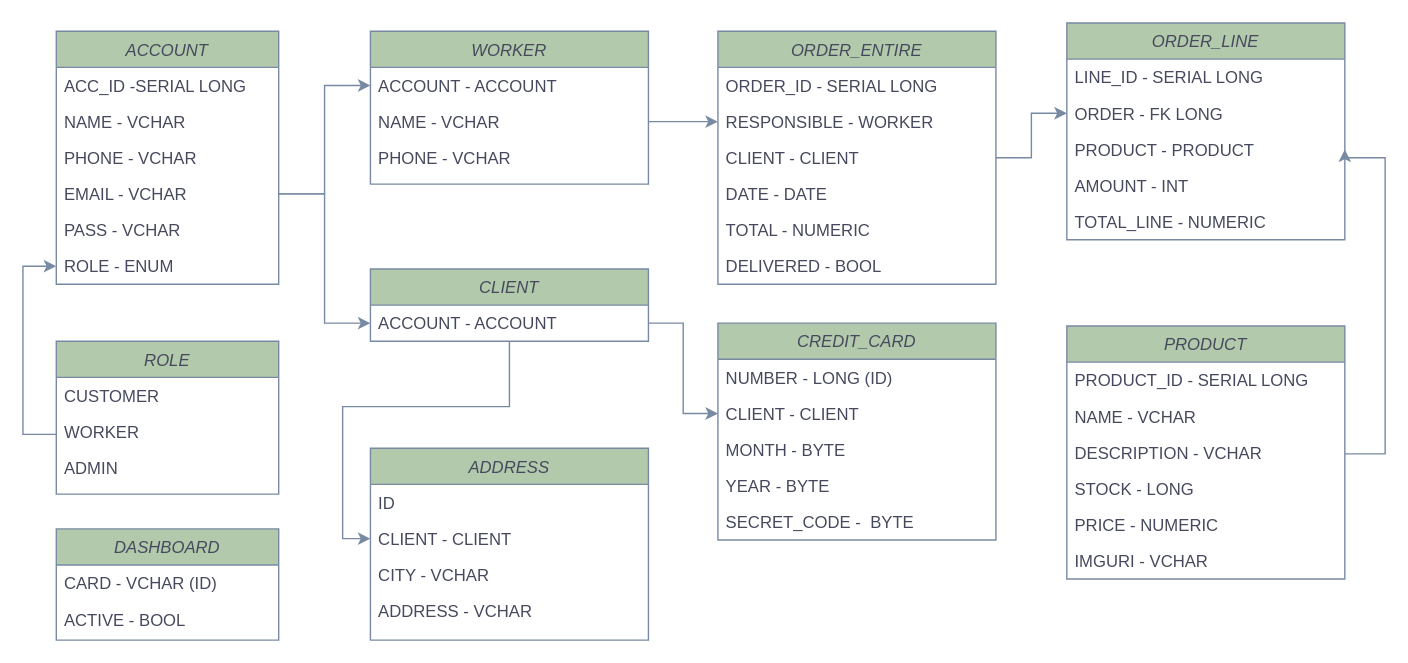
Above: class_dg.drawio in xaviqo/SpringFood_VueAndSpring (draw.io), before the change. Source tidied: cells renumbered, new cells numbered last; positions are measured from the earlier drawing's top-left corner, leaving out a move shared by most shapes. Both pictures are drawn from the tidied source at 139%, with x=0, y=0 at pixel (22, 22).
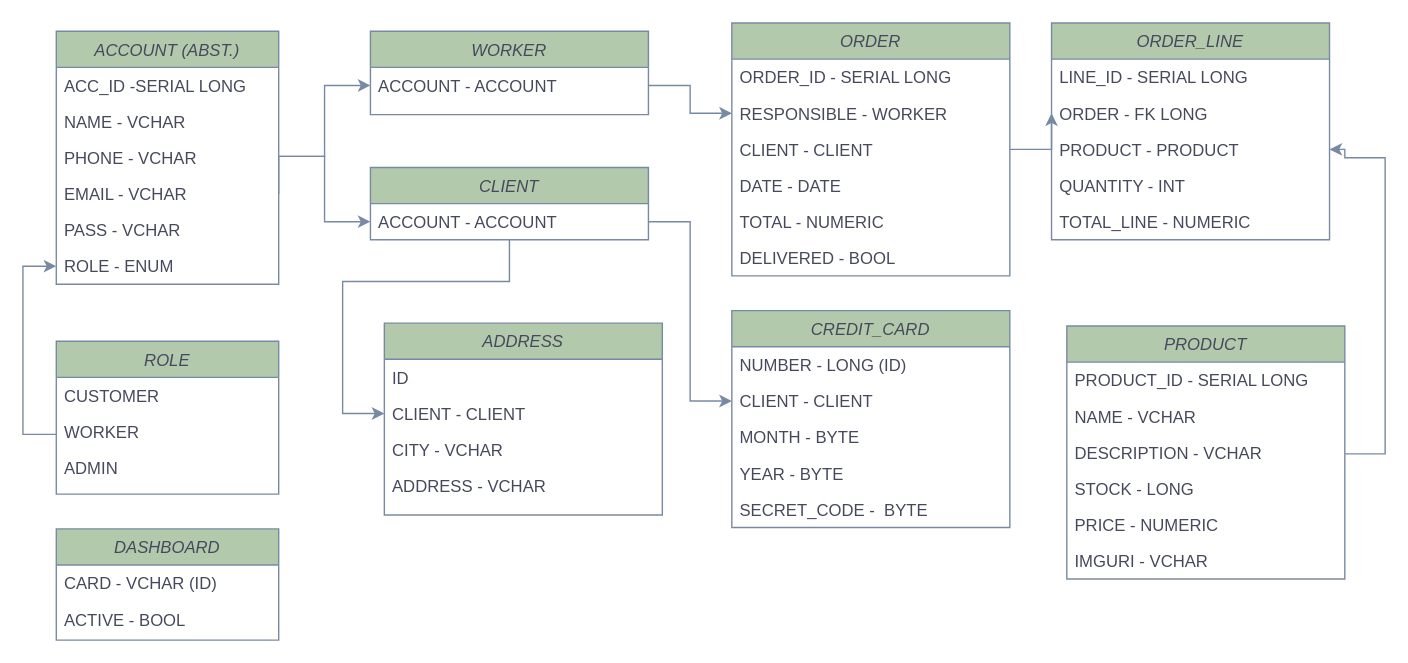
The same diagram, later.

The change refers to these unchanged cells:
```xml
<mxCell id="5" value="PHONE - VCHAR" style="text;align=left;verticalAlign=top;spacingLeft=4;spacingRight=4;overflow=hidden;points=[[0,0.5],[1,0.5]];portConstraint=eastwest;fontColor=#46495D;" parent="2" vertex="1">
  <mxGeometry y="78" width="160" height="26" as="geometry" />
</mxCell>
<mxCell id="6" value="EMAIL - VCHAR" style="text;align=left;verticalAlign=top;spacingLeft=4;spacingRight=4;overflow=hidden;points=[[0,0.5],[1,0.5]];portConstraint=eastwest;rounded=0;shadow=0;html=0;fontColor=#46495D;" parent="2" vertex="1">
  <mxGeometry y="104" width="160" height="26" as="geometry" />
</mxCell>
<mxCell id="18" value="ACCOUNT - ACCOUNT" style="text;align=left;verticalAlign=top;spacingLeft=4;spacingRight=4;overflow=hidden;points=[[0,0.5],[1,0.5]];portConstraint=eastwest;fontColor=#46495D;" parent="17" vertex="1">
  <mxGeometry y="26" width="200" height="26" as="geometry" />
</mxCell>
<mxCell id="24" value="RESPONSIBLE - WORKER" style="text;align=left;verticalAlign=top;spacingLeft=4;spacingRight=4;overflow=hidden;points=[[0,0.5],[1,0.5]];portConstraint=eastwest;fontColor=#46495D;" parent="22" vertex="1">
  <mxGeometry y="52" width="200" height="26" as="geometry" />
</mxCell>
<mxCell id="45" value="CLIENT - CLIENT" style="text;align=left;verticalAlign=top;spacingLeft=4;spacingRight=4;overflow=hidden;points=[[0,0.5],[1,0.5]];portConstraint=eastwest;fontColor=#46495D;" parent="43" vertex="1">
  <mxGeometry y="52" width="200" height="26" as="geometry" />
</mxCell>
```

What changed in the source:
```diff
@@
-    <mxCell id="2" value="ACCOUNT" style="swimlane;fontStyle=2;align=center;verticalAlign=top;horizontal=1;startSize=26;rounded=0;shadow=0;strokeWidth=1;fillColor=#B2C9AB;strokeColor=#788AA3;fontColor=#46495D;" parent="1" vertex="1">
+    <mxCell id="2" value="ACCOUNT (ABST.)" style="swimlane;fontStyle=2;align=center;verticalAlign=top;horizontal=1;startSize=26;rounded=0;shadow=0;strokeWidth=1;fillColor=#B2C9AB;strokeColor=#788AA3;fontColor=#46495D;" parent="1" vertex="1">
       <mxGeometry x="24" y="6" width="160" height="182" as="geometry" />
     </mxCell>
@@
     <mxCell id="14" style="edgeStyle=orthogonalEdgeStyle;rounded=0;jettySize=auto;html=1;entryX=0;entryY=0.5;entryDx=0;entryDy=0;strokeColor=#788AA3;fontColor=#46495D;" parent="1" edge="1" source="15" target="45">
       <mxGeometry relative="1" as="geometry">
         <Array as="points">
-          <mxPoint x="350" y="276" />
-          <mxPoint x="230" y="276" />
-          <mxPoint x="230" y="371" />
+          <mxPoint x="350" y="186" />
+          <mxPoint x="230" y="186" />
+          <mxPoint x="230" y="281" />
         </Array>
       </mxGeometry>
     </mxCell>
     <mxCell id="15" value="CLIENT" style="swimlane;fontStyle=2;align=center;verticalAlign=top;horizontal=1;startSize=26;rounded=0;shadow=0;strokeWidth=1;fillColor=#B2C9AB;strokeColor=#788AA3;fontColor=#46495D;" parent="1" vertex="1">
-      <mxGeometry x="250" y="177" width="200" height="52" as="geometry" />
+      <mxGeometry x="250" y="104" width="200" height="52" as="geometry" />
     </mxCell>
@@
     <mxCell id="17" value="WORKER" style="swimlane;fontStyle=2;align=center;verticalAlign=top;horizontal=1;startSize=26;rounded=0;shadow=0;strokeWidth=1;fillColor=#B2C9AB;strokeColor=#788AA3;fontColor=#46495D;" parent="1" vertex="1">
-      <mxGeometry x="250" y="6" width="200" height="110" as="geometry" />
+      <mxGeometry x="250" y="6" width="200" height="60" as="geometry" />
     </mxCell>
@@
-    <mxCell id="19" value="NAME - VCHAR" style="text;align=left;verticalAlign=top;spacingLeft=4;spacingRight=4;overflow=hidden;points=[[0,0.5],[1,0.5]];portConstraint=eastwest;fontColor=#46495D;" parent="17" vertex="1">
-      <mxGeometry y="52" width="200" height="26" as="geometry" />
-    </mxCell>
-    <mxCell id="20" value="PHONE - VCHAR" style="text;align=left;verticalAlign=top;spacingLeft=4;spacingRight=4;overflow=hidden;fontColor=#46495D;" parent="17" vertex="1">
-      <mxGeometry y="78" width="200" height="26" as="geometry" />
-    </mxCell>
-    <mxCell id="21" style="edgeStyle=orthogonalEdgeStyle;rounded=0;jettySize=auto;html=1;strokeColor=#788AA3;fontColor=#46495D;" parent="1" edge="1" source="6" target="18">
-      <mxGeometry relative="1" as="geometry" />
+    <mxCell id="21" style="edgeStyle=orthogonalEdgeStyle;rounded=0;jettySize=auto;html=1;strokeColor=#788AA3;fontColor=#46495D;" parent="1" edge="1" source="5" target="18">
+      <mxGeometry relative="1" as="geometry">
+        <Array as="points">
+          <mxPoint x="217" y="96" />
+          <mxPoint x="217" y="45" />
+        </Array>
+      </mxGeometry>
     </mxCell>
-    <mxCell id="22" value="ORDER_ENTIRE" style="swimlane;fontStyle=2;align=center;verticalAlign=top;horizontal=1;startSize=26;rounded=0;shadow=0;strokeWidth=1;fillColor=#B2C9AB;strokeColor=#788AA3;fontColor=#46495D;" parent="1" vertex="1">
-      <mxGeometry x="500" y="6" width="200" height="182" as="geometry" />
+    <mxCell id="22" value="ORDER" style="swimlane;fontStyle=2;align=center;verticalAlign=top;horizontal=1;startSize=26;rounded=0;shadow=0;strokeWidth=1;fillColor=#B2C9AB;strokeColor=#788AA3;fontColor=#46495D;" parent="1" vertex="1">
+      <mxGeometry x="510" width="200" height="182" as="geometry" />
     </mxCell>
@@
     <mxCell id="29" value="ORDER_LINE" style="swimlane;fontStyle=2;align=center;verticalAlign=top;horizontal=1;startSize=26;rounded=0;shadow=0;strokeWidth=1;fillColor=#B2C9AB;strokeColor=#788AA3;fontColor=#46495D;" parent="1" vertex="1">
-      <mxGeometry x="751" width="200" height="156" as="geometry" />
+      <mxGeometry x="740" width="200" height="156" as="geometry" />
     </mxCell>
@@
-    <mxCell id="33" value="AMOUNT - INT" style="text;align=left;verticalAlign=top;spacingLeft=4;spacingRight=4;overflow=hidden;fontColor=#46495D;" parent="29" vertex="1">
+    <mxCell id="33" value="QUANTITY - INT" style="text;align=left;verticalAlign=top;spacingLeft=4;spacingRight=4;overflow=hidden;fontColor=#46495D;" parent="29" vertex="1">
       <mxGeometry y="104" width="200" height="26" as="geometry" />
     </mxCell>
@@
     <mxCell id="43" value="ADDRESS" style="swimlane;fontStyle=2;align=center;verticalAlign=top;horizontal=1;startSize=26;rounded=0;shadow=0;strokeWidth=1;fillColor=#B2C9AB;strokeColor=#788AA3;fontColor=#46495D;" parent="1" vertex="1">
-      <mxGeometry x="250" y="306" width="200" height="138" as="geometry" />
+      <mxGeometry x="260" y="216" width="200" height="138" as="geometry" />
     </mxCell>
@@
-    <mxCell id="48" style="edgeStyle=orthogonalEdgeStyle;rounded=0;jettySize=auto;html=1;exitX=1;exitY=0.5;exitDx=0;exitDy=0;entryX=0;entryY=0.5;entryDx=0;entryDy=0;strokeColor=#788AA3;fontColor=#46495D;" parent="1" edge="1" source="19" target="24">
-      <mxGeometry relative="1" as="geometry" />
-    </mxCell>
@@
     <mxCell id="53" value="CREDIT_CARD" style="swimlane;fontStyle=2;align=center;verticalAlign=top;horizontal=1;startSize=26;rounded=0;shadow=0;strokeWidth=1;fillColor=#B2C9AB;strokeColor=#788AA3;fontColor=#46495D;" parent="1" vertex="1">
-      <mxGeometry x="500" y="216" width="200" height="156" as="geometry" />
+      <mxGeometry x="510" y="207" width="200" height="156" as="geometry" />
     </mxCell>
@@
     <mxCell id="59" style="edgeStyle=orthogonalEdgeStyle;rounded=0;jettySize=auto;html=1;exitX=1;exitY=0.5;exitDx=0;exitDy=0;entryX=0;entryY=0.75;entryDx=0;entryDy=0;strokeColor=#788AA3;fontColor=#46495D;" parent="1" edge="1" source="6" target="15">
-      <mxGeometry relative="1" as="geometry" />
+      <mxGeometry relative="1" as="geometry">
+        <Array as="points">
+          <mxPoint x="184" y="96" />
+          <mxPoint x="217" y="96" />
+          <mxPoint x="217" y="143" />
+        </Array>
+      </mxGeometry>
     </mxCell>
@@
+    <mxCell id="61" style="edgeStyle=orthogonalEdgeStyle;rounded=0;jettySize=auto;html=1;fontColor=#46495D;strokeColor=#788AA3;fillColor=#B2C9AB;" parent="1" edge="1" source="18" target="24">
+      <mxGeometry relative="1" as="geometry" />
+    </mxCell>
```
